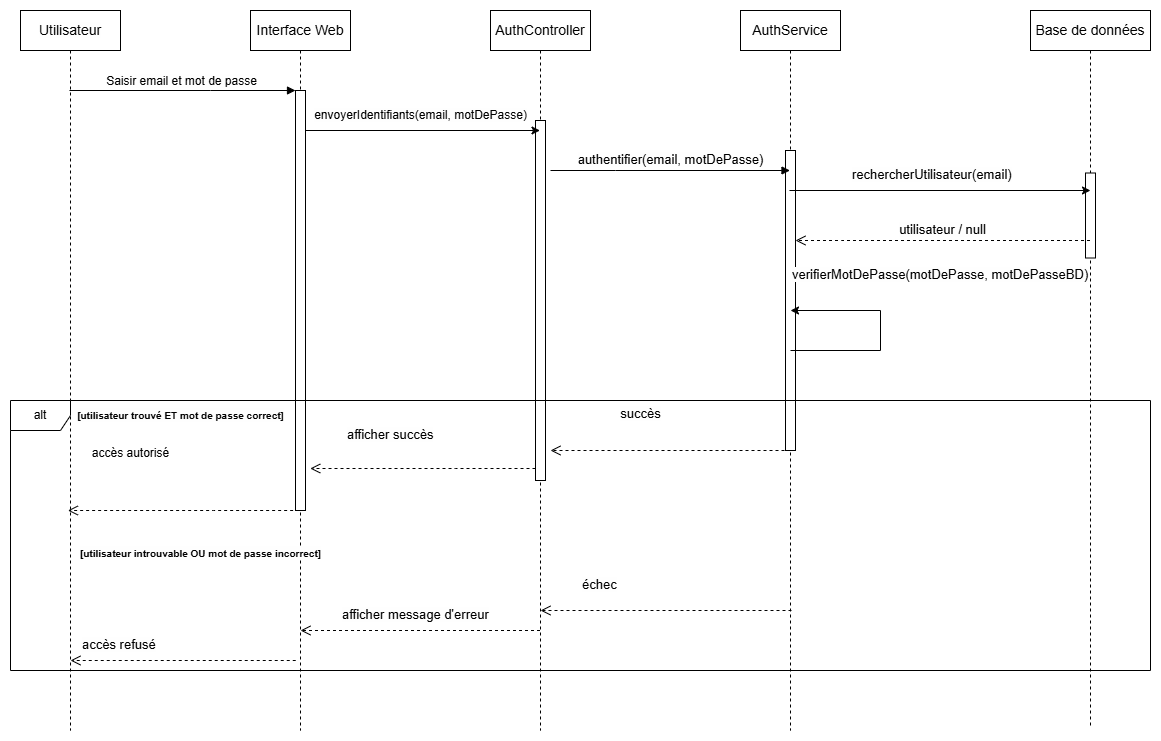
Earlier version of the draw.io export Diagramme de séquence scenario authentification.drawio.png (aichamokhtar/pfe-suivi-projets-si). Source tidied: cells renumbered, new cells last; positions are measured from the earlier drawing's top-left corner, leaving out a move shared by most shapes.
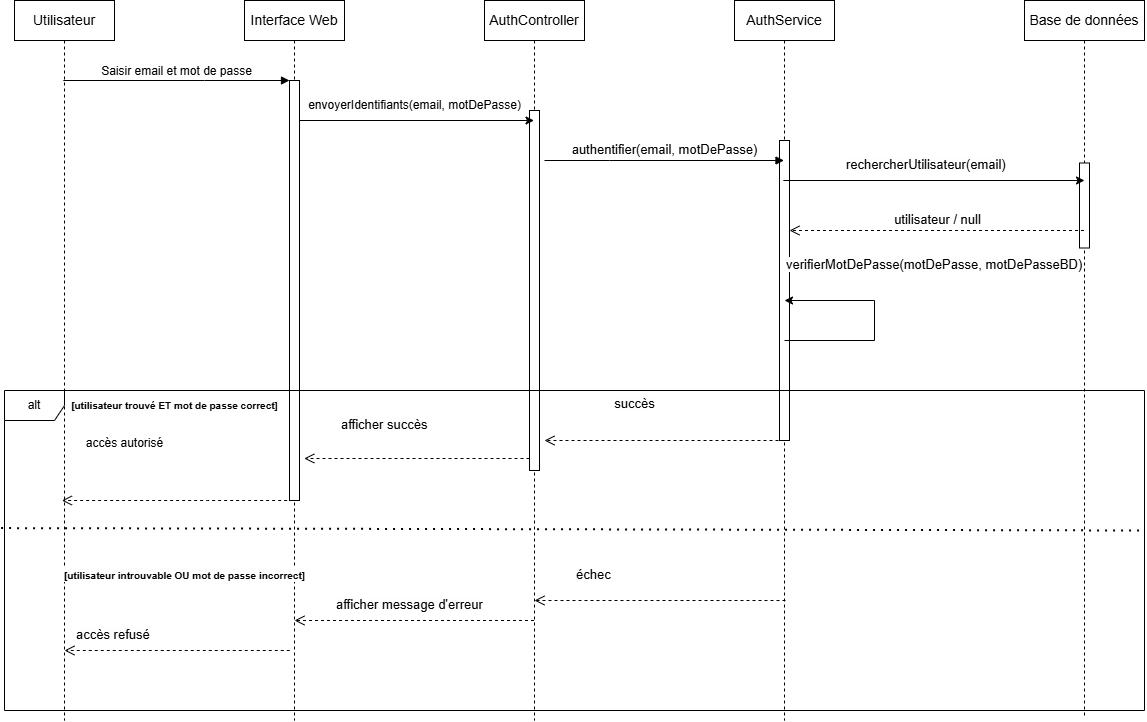
After the change.

What changed in the source:
```diff
@@ -82,7 +82,7 @@
       <mxGeometry x="780" y="250" width="230" height="40" as="geometry" />
     </mxCell>
     <mxCell id="20" value="&lt;div&gt;alt&lt;/div&gt;" style="shape=umlFrame;whiteSpace=wrap;html=1;" parent="1" vertex="1">
-      <mxGeometry y="390" width="1140" height="270" as="geometry" />
+      <mxGeometry y="390" width="1140" height="320" as="geometry" />
     </mxCell>
     <mxCell id="21" value="&lt;span style=&quot;font-family: sans-serif; font-weight: 700; text-align: start; white-space-collapse: preserve; background-color: rgb(254, 254, 254);&quot;&gt;&lt;font style=&quot;font-size: 10px;&quot;&gt;[utilisateur trouvé ET mot de passe correct]&lt;/font&gt;&lt;/span&gt;" style="text;html=1;align=center;verticalAlign=middle;strokeColor=none;fillColor=none;" parent="1" vertex="1">
       <mxGeometry x="55" y="390" width="230" height="30" as="geometry" />
@@ -108,7 +108,7 @@
       </mxGeometry>
     </mxCell>
     <mxCell id="25" value="&lt;span style=&quot;font-family: sans-serif; font-weight: 700; text-align: start; white-space-collapse: preserve; background-color: rgb(254, 254, 254);&quot;&gt;&lt;font style=&quot;font-size: 10px;&quot;&gt;[utilisateur introuvable OU mot de passe incorrect]&lt;/font&gt;&lt;/span&gt;" style="text;html=1;align=center;verticalAlign=middle;strokeColor=none;fillColor=none;" parent="1" vertex="1">
-      <mxGeometry x="60" y="528" width="260" height="30" as="geometry" />
+      <mxGeometry x="50" y="560" width="260" height="30" as="geometry" />
     </mxCell>
     <mxCell id="26" style="html=1;verticalAlign=bottom;endArrow=open;dashed=1;endSize=8;edgeStyle=elbowEdgeStyle;elbow=vertical;curved=0;rounded=0;" parent="1" edge="1">
       <mxGeometry relative="1" as="geometry">
@@ -160,5 +160,10 @@
         </Array>
       </mxGeometry>
     </mxCell>
+    <mxCell id="35" style="endArrow=none;dashed=1;html=1;dashPattern=1 3;strokeWidth=2;rounded=0;exitX=-0.003;exitY=0.43;exitDx=0;exitDy=0;exitPerimeter=0;" parent="1" edge="1" source="20">
+      <mxGeometry relative="1" as="geometry">
+        <mxPoint x="1140" y="530" as="targetPoint" />
+      </mxGeometry>
+    </mxCell>
   </root>
 </mxGraphModel>
```
